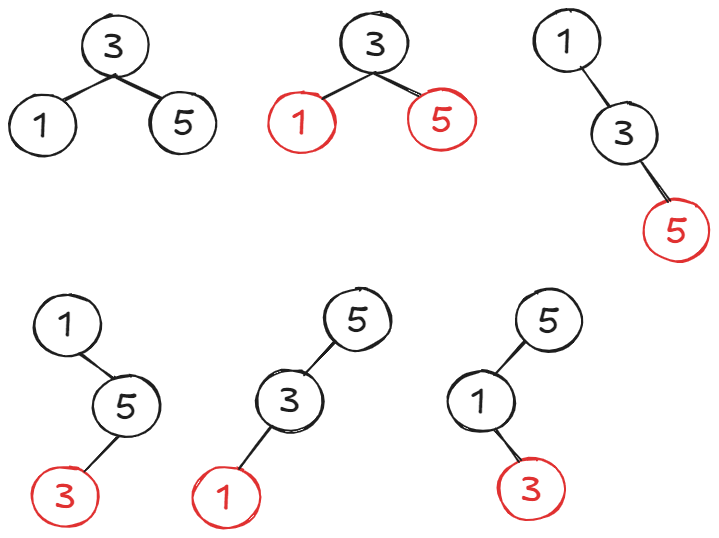
eusebiuuu/tutoriat_structuri_de_date keeps this Excalidraw diagram as TUTORIAT 5/images/exercises/13_2_sol.png. Above is the earlier version. Source tidied: one line per element, renumbered; positions are measured from the earlier drawing's top-left corner, leaving out a move shared by most shapes. Source of this version:
```json
{"id": 0, "type": "ellipse", "strokeColor": "#1e1e1e", "strokeWidth": 2, "roughness": 1, "round": true, "x": 73, "y": 5, "width": 66, "height": 62}
{"id": 1, "type": "ellipse", "strokeColor": "#1e1e1e", "strokeWidth": 2, "roughness": 1, "round": true, "x": 0, "y": 85, "width": 66, "height": 62}
{"id": 2, "type": "ellipse", "strokeColor": "#1e1e1e", "strokeWidth": 2, "roughness": 1, "round": true, "x": 140, "y": 82, "width": 66, "height": 62}
{"id": 3, "type": "line", "strokeColor": "#1e1e1e", "strokeWidth": 2, "roughness": 1, "round": true, "x": 106, "y": 66, "width": 52, "height": 25, "points": [[0, 0], [-52, 25]]}
{"id": 4, "type": "line", "strokeColor": "#1e1e1e", "strokeWidth": 2, "roughness": 1, "round": true, "x": 106, "y": 67, "width": 45, "height": 21, "points": [[0, 0], [45, 21]]}
{"id": 5, "type": "text", "text": "3", "strokeColor": "#1e1e1e", "strokeWidth": 2, "roughness": 1, "fontSize": 36, "fontFamily": 5, "x": 93, "y": 17, "width": 22, "height": 45}
{"id": 6, "type": "text", "text": "1", "strokeColor": "#1e1e1e", "strokeWidth": 2, "roughness": 1, "fontSize": 36, "fontFamily": 5, "x": 23, "y": 95, "width": 15, "height": 45}
{"id": 7, "type": "text", "text": "5", "strokeColor": "#1e1e1e", "strokeWidth": 2, "roughness": 1, "fontSize": 36, "fontFamily": 5, "x": 163, "y": 92, "width": 22, "height": 45}
{"id": 8, "type": "ellipse", "strokeColor": "#1e1e1e", "strokeWidth": 2, "roughness": 1, "round": true, "x": 331, "y": 2, "width": 66, "height": 62}
{"id": 9, "type": "ellipse", "strokeColor": "#e03131", "strokeWidth": 2, "roughness": 1, "round": true, "x": 259, "y": 82, "width": 66, "height": 62}
{"id": 10, "type": "ellipse", "strokeColor": "#e03131", "strokeWidth": 2, "roughness": 1, "round": true, "x": 399, "y": 79, "width": 66, "height": 62}
{"id": 11, "type": "line", "strokeColor": "#1e1e1e", "strokeWidth": 2, "roughness": 1, "round": true, "x": 365, "y": 63, "width": 52, "height": 25, "points": [[0, 0], [-52, 25]]}
{"id": 12, "type": "line", "strokeColor": "#1e1e1e", "strokeWidth": 2, "roughness": 1, "round": true, "x": 364, "y": 64, "width": 45, "height": 21, "points": [[0, 0], [45, 21]]}
{"id": 13, "type": "text", "text": "3", "strokeColor": "#1e1e1e", "strokeWidth": 2, "roughness": 1, "fontSize": 36, "fontFamily": 5, "x": 355, "y": 14, "width": 22, "height": 45}
{"id": 14, "type": "text", "text": "1", "strokeColor": "#e03131", "strokeWidth": 2, "roughness": 1, "fontSize": 36, "fontFamily": 5, "x": 281, "y": 93, "width": 15, "height": 45}
{"id": 15, "type": "text", "text": "5", "strokeColor": "#e03131", "strokeWidth": 2, "roughness": 1, "fontSize": 36, "fontFamily": 5, "x": 421, "y": 89, "width": 22, "height": 45}
{"id": 16, "type": "ellipse", "strokeColor": "#1e1e1e", "strokeWidth": 2, "roughness": 1, "round": true, "x": 524, "y": 0, "width": 66, "height": 62}
{"id": 17, "type": "text", "text": "1", "strokeColor": "#1e1e1e", "strokeWidth": 2, "roughness": 1, "fontSize": 36, "fontFamily": 5, "x": 547, "y": 11, "width": 15, "height": 45}
{"id": 18, "type": "ellipse", "strokeColor": "#1e1e1e", "strokeWidth": 2, "roughness": 1, "round": true, "x": 581, "y": 93, "width": 66, "height": 62}
{"id": 19, "type": "text", "text": "3", "strokeColor": "#1e1e1e", "strokeWidth": 2, "roughness": 1, "fontSize": 36, "fontFamily": 5, "x": 604, "y": 104, "width": 22, "height": 45}
{"id": 20, "type": "ellipse", "strokeColor": "#e03131", "strokeWidth": 2, "roughness": 1, "round": true, "x": 633, "y": 190, "width": 66, "height": 62}
{"id": 21, "type": "text", "text": "5", "strokeColor": "#e03131", "strokeWidth": 2, "roughness": 1, "fontSize": 36, "fontFamily": 5, "x": 656, "y": 201, "width": 22, "height": 45}
{"id": 22, "type": "line", "strokeColor": "#1e1e1e", "strokeWidth": 2, "roughness": 1, "round": true, "x": 570, "y": 56, "width": 29, "height": 40, "points": [[0, 0], [29, 40]]}
{"id": 23, "type": "line", "strokeColor": "#1e1e1e", "strokeWidth": 2, "roughness": 1, "round": true, "x": 630, "y": 151, "width": 29, "height": 40, "points": [[0, 0], [29, 40]]}
{"id": 24, "type": "ellipse", "strokeColor": "#1e1e1e", "strokeWidth": 2, "roughness": 1, "round": true, "x": 25, "y": 284, "width": 66, "height": 62}
{"id": 25, "type": "text", "text": "1", "strokeColor": "#1e1e1e", "strokeWidth": 2, "roughness": 1, "fontSize": 36, "fontFamily": 5, "x": 47, "y": 295, "width": 15, "height": 45}
{"id": 26, "type": "ellipse", "strokeColor": "#1e1e1e", "strokeWidth": 2, "roughness": 1, "round": true, "x": 83, "y": 366, "width": 66, "height": 62}
{"id": 27, "type": "text", "text": "5", "strokeColor": "#1e1e1e", "strokeWidth": 2, "roughness": 1, "fontSize": 36, "fontFamily": 5, "x": 106, "y": 376, "width": 22, "height": 45}
{"id": 28, "type": "ellipse", "strokeColor": "#e03131", "strokeWidth": 2, "roughness": 1, "round": true, "x": 22, "y": 456, "width": 66, "height": 62}
{"id": 29, "type": "text", "text": "3", "strokeColor": "#e03131", "strokeWidth": 2, "roughness": 1, "fontSize": 36, "fontFamily": 5, "x": 45, "y": 467, "width": 22, "height": 45}
{"id": 30, "type": "line", "strokeColor": "#1e1e1e", "strokeWidth": 2, "roughness": 1, "round": true, "x": 69, "y": 343, "width": 32, "height": 25, "points": [[0, 0], [32, 25]]}
{"id": 31, "type": "line", "strokeColor": "#1e1e1e", "strokeWidth": 2, "roughness": 1, "round": true, "x": 107, "y": 426, "width": 31, "height": 35, "points": [[0, 0], [-31, 35]]}
{"id": 32, "type": "ellipse", "strokeColor": "#1e1e1e", "strokeWidth": 2, "roughness": 1, "round": true, "x": 314, "y": 279, "width": 66, "height": 62}
{"id": 33, "type": "text", "text": "5", "strokeColor": "#1e1e1e", "strokeWidth": 2, "roughness": 1, "fontSize": 36, "fontFamily": 5, "x": 337, "y": 289, "width": 22, "height": 45}
{"id": 34, "type": "ellipse", "strokeColor": "#1e1e1e", "strokeWidth": 2, "roughness": 1, "round": true, "x": 247, "y": 360, "width": 66, "height": 62}
{"id": 35, "type": "text", "text": "3", "strokeColor": "#1e1e1e", "strokeWidth": 2, "roughness": 1, "fontSize": 36, "fontFamily": 5, "x": 269, "y": 371, "width": 22, "height": 45}
{"id": 36, "type": "ellipse", "strokeColor": "#e03131", "strokeWidth": 2, "roughness": 1, "round": true, "x": 183, "y": 456, "width": 66, "height": 62}
{"id": 37, "type": "text", "text": "1", "strokeColor": "#e03131", "strokeWidth": 2, "roughness": 1, "fontSize": 36, "fontFamily": 5, "x": 206, "y": 467, "width": 15, "height": 45}
{"id": 38, "type": "line", "strokeColor": "#1e1e1e", "strokeWidth": 2, "roughness": 1, "round": true, "x": 325, "y": 331, "width": 31, "height": 32, "points": [[0, 0], [-31, 32]]}
{"id": 39, "type": "line", "strokeColor": "#1e1e1e", "strokeWidth": 2, "roughness": 1, "round": true, "x": 262, "y": 415, "width": 32, "height": 42, "points": [[0, 0], [-32, 42]]}
{"id": 40, "type": "ellipse", "strokeColor": "#1e1e1e", "strokeWidth": 2, "roughness": 1, "round": true, "x": 505, "y": 280, "width": 66, "height": 62}
{"id": 41, "type": "text", "text": "5", "strokeColor": "#1e1e1e", "strokeWidth": 2, "roughness": 1, "fontSize": 36, "fontFamily": 5, "x": 528, "y": 290, "width": 22, "height": 45}
{"id": 42, "type": "ellipse", "strokeColor": "#1e1e1e", "strokeWidth": 2, "roughness": 1, "round": true, "x": 438, "y": 361, "width": 66, "height": 62}
{"id": 43, "type": "text", "text": "1", "strokeColor": "#1e1e1e", "strokeWidth": 2, "roughness": 1, "fontSize": 36, "fontFamily": 5, "x": 460, "y": 371, "width": 15, "height": 45}
{"id": 44, "type": "ellipse", "strokeColor": "#e03131", "strokeWidth": 2, "roughness": 1, "round": true, "x": 488, "y": 449, "width": 66, "height": 62}
{"id": 45, "type": "text", "text": "3", "strokeColor": "#e03131", "strokeWidth": 2, "roughness": 1, "fontSize": 36, "fontFamily": 5, "x": 511, "y": 459, "width": 22, "height": 45}
{"id": 46, "type": "line", "strokeColor": "#1e1e1e", "strokeWidth": 2, "roughness": 1, "round": true, "x": 516, "y": 332, "width": 31, "height": 32, "points": [[0, 0], [-31, 32]]}
{"id": 47, "type": "line", "strokeColor": "#1e1e1e", "strokeWidth": 2, "roughness": 1, "round": true, "x": 485, "y": 420, "width": 25, "height": 32, "points": [[0, 0], [25, 32]]}
```
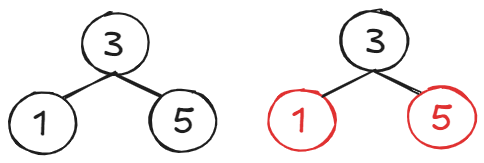
Above is the later version.

What changed in the source:
```diff
@@ -14,35 +14,3 @@
 {"id": 13, "type": "text", "text": "3", "strokeColor": "#1e1e1e", "strokeWidth": 2, "roughness": 1, "fontSize": 36, "fontFamily": 5, "x": 355, "y": 14, "width": 22, "height": 45}
 {"id": 14, "type": "text", "text": "1", "strokeColor": "#e03131", "strokeWidth": 2, "roughness": 1, "fontSize": 36, "fontFamily": 5, "x": 281, "y": 93, "width": 15, "height": 45}
 {"id": 15, "type": "text", "text": "5", "strokeColor": "#e03131", "strokeWidth": 2, "roughness": 1, "fontSize": 36, "fontFamily": 5, "x": 421, "y": 89, "width": 22, "height": 45}
-{"id": 16, "type": "ellipse", "strokeColor": "#1e1e1e", "strokeWidth": 2, "roughness": 1, "round": true, "x": 524, "y": 0, "width": 66, "height": 62}
-{"id": 17, "type": "text", "text": "1", "strokeColor": "#1e1e1e", "strokeWidth": 2, "roughness": 1, "fontSize": 36, "fontFamily": 5, "x": 547, "y": 11, "width": 15, "height": 45}
-{"id": 18, "type": "ellipse", "strokeColor": "#1e1e1e", "strokeWidth": 2, "roughness": 1, "round": true, "x": 581, "y": 93, "width": 66, "height": 62}
-{"id": 19, "type": "text", "text": "3", "strokeColor": "#1e1e1e", "strokeWidth": 2, "roughness": 1, "fontSize": 36, "fontFamily": 5, "x": 604, "y": 104, "width": 22, "height": 45}
-{"id": 20, "type": "ellipse", "strokeColor": "#e03131", "strokeWidth": 2, "roughness": 1, "round": true, "x": 633, "y": 190, "width": 66, "height": 62}
-{"id": 21, "type": "text", "text": "5", "strokeColor": "#e03131", "strokeWidth": 2, "roughness": 1, "fontSize": 36, "fontFamily": 5, "x": 656, "y": 201, "width": 22, "height": 45}
-{"id": 22, "type": "line", "strokeColor": "#1e1e1e", "strokeWidth": 2, "roughness": 1, "round": true, "x": 570, "y": 56, "width": 29, "height": 40, "points": [[0, 0], [29, 40]]}
-{"id": 23, "type": "line", "strokeColor": "#1e1e1e", "strokeWidth": 2, "roughness": 1, "round": true, "x": 630, "y": 151, "width": 29, "height": 40, "points": [[0, 0], [29, 40]]}
-{"id": 24, "type": "ellipse", "strokeColor": "#1e1e1e", "strokeWidth": 2, "roughness": 1, "round": true, "x": 25, "y": 284, "width": 66, "height": 62}
-{"id": 25, "type": "text", "text": "1", "strokeColor": "#1e1e1e", "strokeWidth": 2, "roughness": 1, "fontSize": 36, "fontFamily": 5, "x": 47, "y": 295, "width": 15, "height": 45}
-{"id": 26, "type": "ellipse", "strokeColor": "#1e1e1e", "strokeWidth": 2, "roughness": 1, "round": true, "x": 83, "y": 366, "width": 66, "height": 62}
-{"id": 27, "type": "text", "text": "5", "strokeColor": "#1e1e1e", "strokeWidth": 2, "roughness": 1, "fontSize": 36, "fontFamily": 5, "x": 106, "y": 376, "width": 22, "height": 45}
-{"id": 28, "type": "ellipse", "strokeColor": "#e03131", "strokeWidth": 2, "roughness": 1, "round": true, "x": 22, "y": 456, "width": 66, "height": 62}
-{"id": 29, "type": "text", "text": "3", "strokeColor": "#e03131", "strokeWidth": 2, "roughness": 1, "fontSize": 36, "fontFamily": 5, "x": 45, "y": 467, "width": 22, "height": 45}
-{"id": 30, "type": "line", "strokeColor": "#1e1e1e", "strokeWidth": 2, "roughness": 1, "round": true, "x": 69, "y": 343, "width": 32, "height": 25, "points": [[0, 0], [32, 25]]}
-{"id": 31, "type": "line", "strokeColor": "#1e1e1e", "strokeWidth": 2, "roughness": 1, "round": true, "x": 107, "y": 426, "width": 31, "height": 35, "points": [[0, 0], [-31, 35]]}
-{"id": 32, "type": "ellipse", "strokeColor": "#1e1e1e", "strokeWidth": 2, "roughness": 1, "round": true, "x": 314, "y": 279, "width": 66, "height": 62}
-{"id": 33, "type": "text", "text": "5", "strokeColor": "#1e1e1e", "strokeWidth": 2, "roughness": 1, "fontSize": 36, "fontFamily": 5, "x": 337, "y": 289, "width": 22, "height": 45}
-{"id": 34, "type": "ellipse", "strokeColor": "#1e1e1e", "strokeWidth": 2, "roughness": 1, "round": true, "x": 247, "y": 360, "width": 66, "height": 62}
-{"id": 35, "type": "text", "text": "3", "strokeColor": "#1e1e1e", "strokeWidth": 2, "roughness": 1, "fontSize": 36, "fontFamily": 5, "x": 269, "y": 371, "width": 22, "height": 45}
-{"id": 36, "type": "ellipse", "strokeColor": "#e03131", "strokeWidth": 2, "roughness": 1, "round": true, "x": 183, "y": 456, "width": 66, "height": 62}
-{"id": 37, "type": "text", "text": "1", "strokeColor": "#e03131", "strokeWidth": 2, "roughness": 1, "fontSize": 36, "fontFamily": 5, "x": 206, "y": 467, "width": 15, "height": 45}
-{"id": 38, "type": "line", "strokeColor": "#1e1e1e", "strokeWidth": 2, "roughness": 1, "round": true, "x": 325, "y": 331, "width": 31, "height": 32, "points": [[0, 0], [-31, 32]]}
-{"id": 39, "type": "line", "strokeColor": "#1e1e1e", "strokeWidth": 2, "roughness": 1, "round": true, "x": 262, "y": 415, "width": 32, "height": 42, "points": [[0, 0], [-32, 42]]}
-{"id": 40, "type": "ellipse", "strokeColor": "#1e1e1e", "strokeWidth": 2, "roughness": 1, "round": true, "x": 505, "y": 280, "width": 66, "height": 62}
-{"id": 41, "type": "text", "text": "5", "strokeColor": "#1e1e1e", "strokeWidth": 2, "roughness": 1, "fontSize": 36, "fontFamily": 5, "x": 528, "y": 290, "width": 22, "height": 45}
-{"id": 42, "type": "ellipse", "strokeColor": "#1e1e1e", "strokeWidth": 2, "roughness": 1, "round": true, "x": 438, "y": 361, "width": 66, "height": 62}
-{"id": 43, "type": "text", "text": "1", "strokeColor": "#1e1e1e", "strokeWidth": 2, "roughness": 1, "fontSize": 36, "fontFamily": 5, "x": 460, "y": 371, "width": 15, "height": 45}
-{"id": 44, "type": "ellipse", "strokeColor": "#e03131", "strokeWidth": 2, "roughness": 1, "round": true, "x": 488, "y": 449, "width": 66, "height": 62}
-{"id": 45, "type": "text", "text": "3", "strokeColor": "#e03131", "strokeWidth": 2, "roughness": 1, "fontSize": 36, "fontFamily": 5, "x": 511, "y": 459, "width": 22, "height": 45}
-{"id": 46, "type": "line", "strokeColor": "#1e1e1e", "strokeWidth": 2, "roughness": 1, "round": true, "x": 516, "y": 332, "width": 31, "height": 32, "points": [[0, 0], [-31, 32]]}
-{"id": 47, "type": "line", "strokeColor": "#1e1e1e", "strokeWidth": 2, "roughness": 1, "round": true, "x": 485, "y": 420, "width": 25, "height": 32, "points": [[0, 0], [25, 32]]}
```
